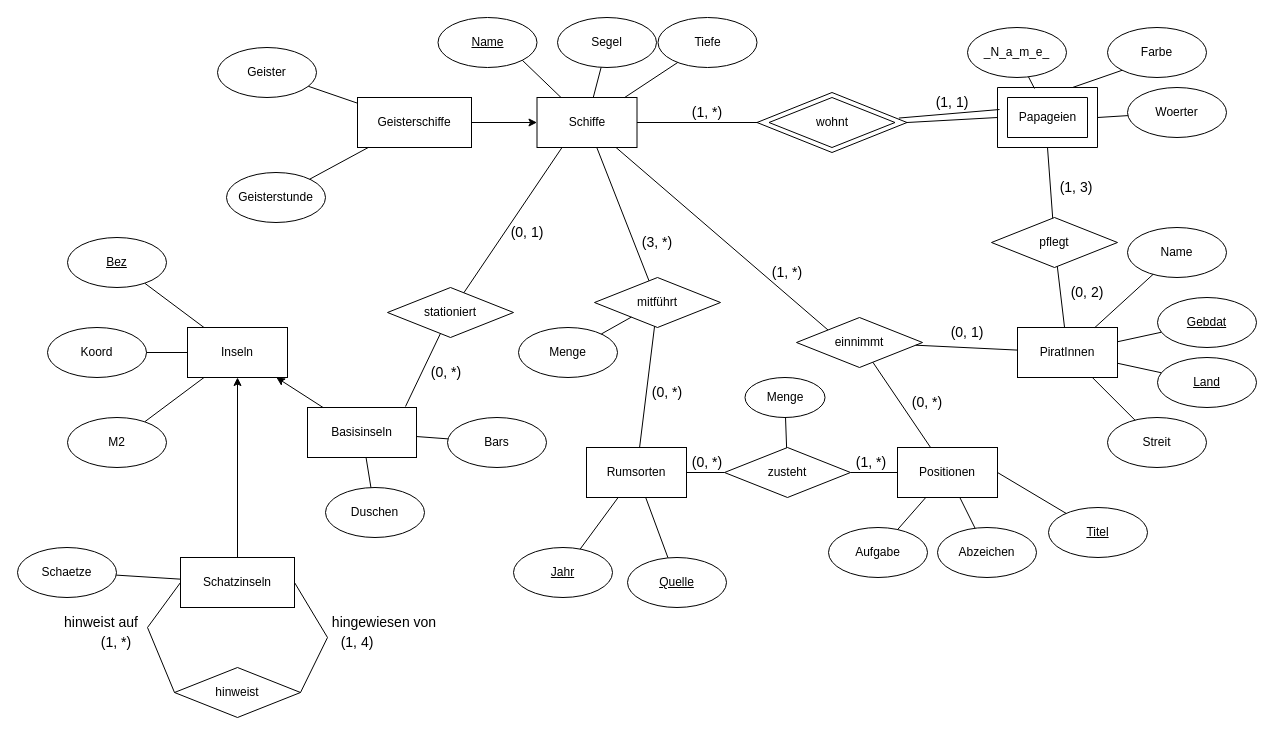
Earlier version of the draw.io diagram weisshaar_eer.drawio (Nashua32/databases_university). Source tidied: cells renumbered, new cells numbered last; positions are measured from the earlier drawing's top-left corner, leaving out a move shared by most shapes. Both pictures are drawn from the tidied source at 100%, with x=0, y=0 at pixel (17, 17).
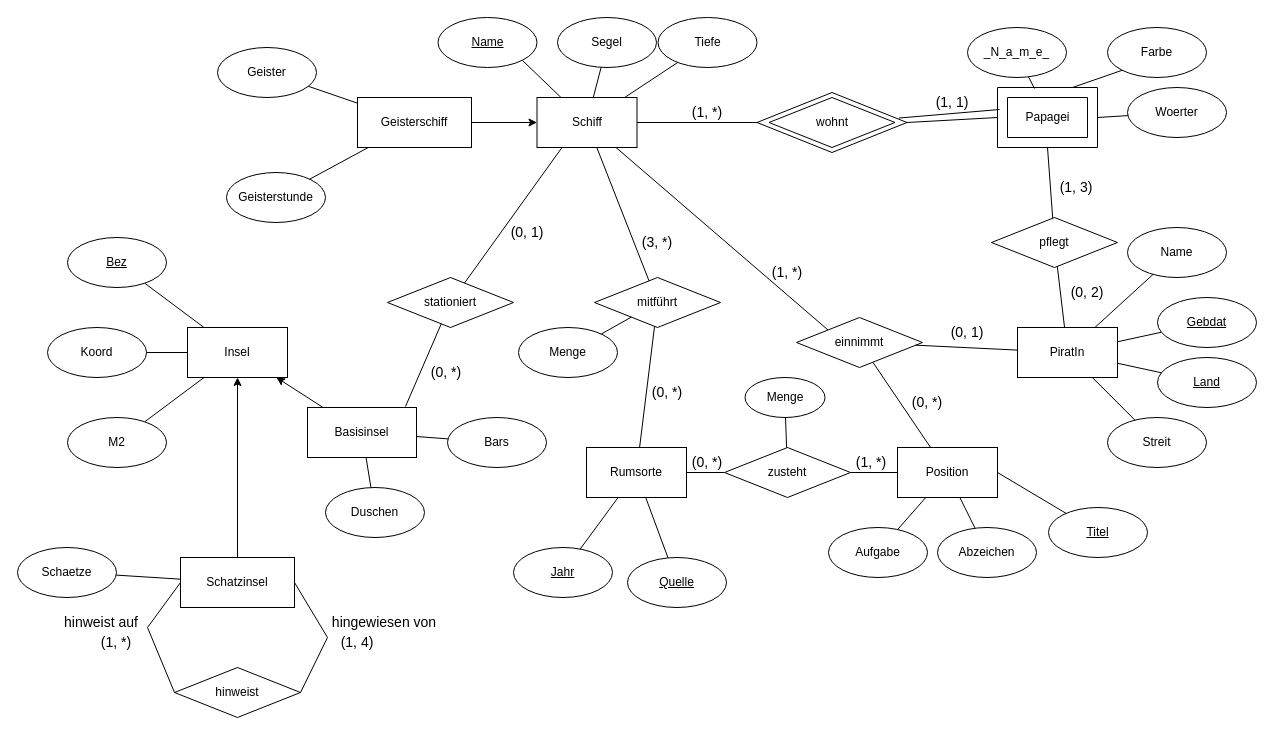
Above is the later version.

Change to the diagram source:
```diff
@@
     <mxCell id="6" value="stationiert" style="rhombus;whiteSpace=wrap;html=1;fontSize=12;" parent="1" vertex="1">
-      <mxGeometry x="370" y="270" width="126" height="50" as="geometry" />
+      <mxGeometry x="370" y="260" width="126" height="50" as="geometry" />
     </mxCell>
-    <mxCell id="7" value="Schiffe" style="rounded=0;whiteSpace=wrap;html=1;" parent="1" vertex="1">
+    <mxCell id="7" value="Schiff" style="rounded=0;whiteSpace=wrap;html=1;" parent="1" vertex="1">
       <mxGeometry x="519.5" y="80" width="100" height="50" as="geometry" />
     </mxCell>
-    <mxCell id="8" value="PiratInnen" style="rounded=0;whiteSpace=wrap;html=1;" parent="1" vertex="1">
+    <mxCell id="8" value="PiratIn" style="rounded=0;whiteSpace=wrap;html=1;" parent="1" vertex="1">
       <mxGeometry x="1000" y="310" width="100" height="50" as="geometry" />
     </mxCell>
-    <mxCell id="9" value="Rumsorten" style="rounded=0;whiteSpace=wrap;html=1;" parent="1" vertex="1">
+    <mxCell id="9" value="Rumsorte" style="rounded=0;whiteSpace=wrap;html=1;" parent="1" vertex="1">
       <mxGeometry x="569" y="430" width="100" height="50" as="geometry" />
     </mxCell>
-    <mxCell id="10" value="Inseln" style="rounded=0;whiteSpace=wrap;html=1;" parent="1" vertex="1">
+    <mxCell id="10" value="Insel" style="rounded=0;whiteSpace=wrap;html=1;" parent="1" vertex="1">
       <mxGeometry x="170" y="310" width="100" height="50" as="geometry" />
     </mxCell>
-    <mxCell id="11" value="Geisterschiffe" style="rounded=0;whiteSpace=wrap;html=1;" parent="1" vertex="1">
+    <mxCell id="11" value="Geisterschiff" style="rounded=0;whiteSpace=wrap;html=1;" parent="1" vertex="1">
       <mxGeometry x="340" y="80" width="114" height="50" as="geometry" />
     </mxCell>
-    <mxCell id="12" value="Schatzinseln" style="rounded=0;whiteSpace=wrap;html=1;" parent="1" vertex="1">
+    <mxCell id="12" value="Schatzinsel" style="rounded=0;whiteSpace=wrap;html=1;" parent="1" vertex="1">
       <mxGeometry x="163" y="540" width="114" height="50" as="geometry" />
     </mxCell>
-    <mxCell id="13" value="Basisinseln" style="rounded=0;whiteSpace=wrap;html=1;" parent="1" vertex="1">
+    <mxCell id="13" value="Basisinsel" style="rounded=0;whiteSpace=wrap;html=1;" parent="1" vertex="1">
       <mxGeometry x="290" y="390" width="109" height="50" as="geometry" />
     </mxCell>
-    <mxCell id="14" value="Positionen" style="rounded=0;whiteSpace=wrap;html=1;" parent="1" vertex="1">
+    <mxCell id="14" value="Position" style="rounded=0;whiteSpace=wrap;html=1;" parent="1" vertex="1">
       <mxGeometry x="880" y="430" width="100" height="50" as="geometry" />
     </mxCell>
@@
-    <mxCell id="30" value="Papageien" style="text;html=1;align=center;verticalAlign=middle;strokeColor=none;fillColor=none;" parent="1" vertex="1">
-      <mxGeometry x="990" y="85" width="80" height="30" as="geometry" />
+    <mxCell id="30" value="Papagei" style="text;html=1;align=center;verticalAlign=middle;strokeColor=none;fillColor=none;" parent="1" vertex="1">
+      <mxGeometry x="995" y="85" width="70" height="30" as="geometry" />
     </mxCell>
```
